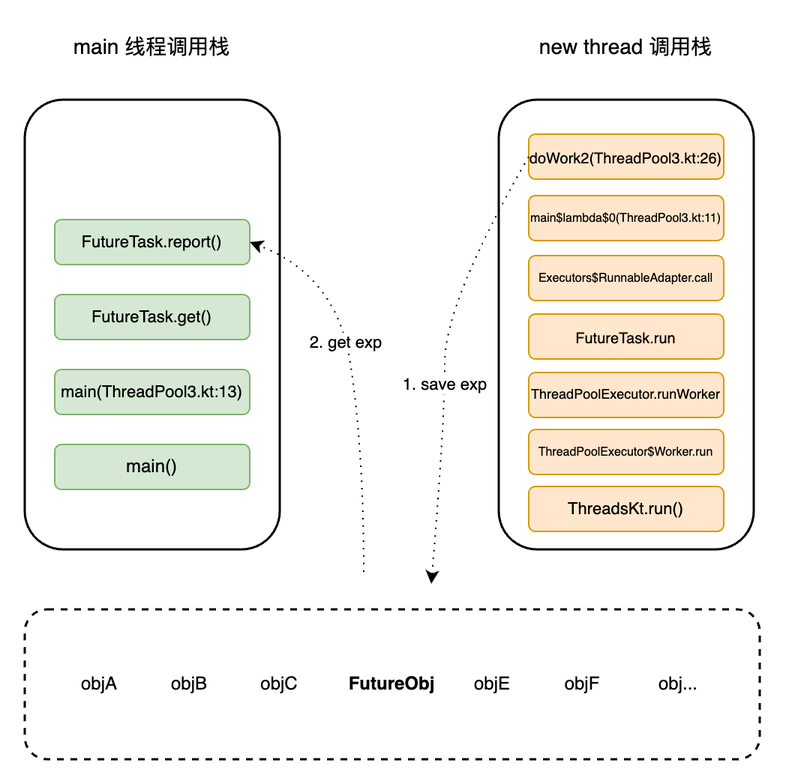
Before: ThreadStack&dump.drawio.png, a diagram exported from draw.io (chdhy/ImageHosting). Source tidied: cells renumbered, new cells last; positions are measured from the earlier drawing's top-left corner, leaving out a move shared by most shapes.
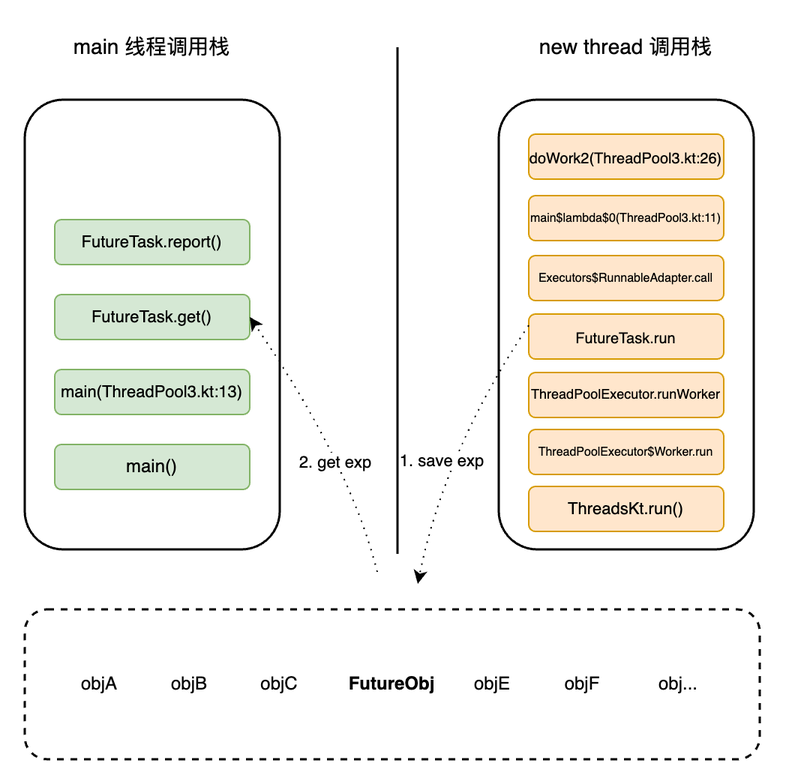
After the change.

Diff of the diagram source:
```diff
@@ -71,29 +71,33 @@
     <mxCell id="24" value="doWork2(ThreadPool3.kt:26)" style="rounded=1;whiteSpace=wrap;html=1;fillColor=#ffe6cc;strokeColor=#d79b00;fontSize=10;" parent="1" vertex="1">
       <mxGeometry x="336" y="73" width="130" height="30" as="geometry" />
     </mxCell>
-    <mxCell id="25" style="curved=1;endArrow=classic;html=1;rounded=0;exitX=0;exitY=0.5;exitDx=0;exitDy=0;dashed=1;dashPattern=1 4;" parent="1" edge="1" source="24">
+    <mxCell id="25" style="curved=1;endArrow=classic;html=1;rounded=0;exitX=0;exitY=0.25;exitDx=0;exitDy=0;dashed=1;dashPattern=1 4;" parent="1" edge="1" source="12">
       <mxGeometry relative="1" as="geometry">
-        <mxPoint x="271" y="373" as="targetPoint" />
+        <mxPoint x="262" y="373" as="targetPoint" />
         <Array as="points">
-          <mxPoint x="280" y="185" />
-          <mxPoint x="280" y="266" />
+          <mxPoint x="280" y="284" />
         </Array>
       </mxGeometry>
     </mxCell>
     <mxCell id="26" value="1. save exp" style="edgeLabel;html=1;align=center;verticalAlign=middle;" parent="25" vertex="1">
       <mxGeometry x="0.11" y="-1" relative="1" as="geometry" />
     </mxCell>
-    <mxCell id="27" style="curved=1;endArrow=classic;html=1;rounded=0;entryX=1;entryY=0.5;entryDx=0;entryDy=0;dashed=1;dashPattern=1 4;" parent="1" edge="1" target="21">
+    <mxCell id="27" style="curved=1;endArrow=classic;html=1;rounded=0;entryX=1;entryY=0.5;entryDx=0;entryDy=0;dashed=1;dashPattern=1 4;" parent="1" edge="1" target="6">
       <mxGeometry relative="1" as="geometry">
-        <mxPoint x="226" y="365" as="sourcePoint" />
+        <mxPoint x="235" y="365" as="sourcePoint" />
         <Array as="points">
-          <mxPoint x="226" y="284" />
-          <mxPoint x="208" y="167" />
+          <mxPoint x="217" y="293" />
         </Array>
       </mxGeometry>
     </mxCell>
     <mxCell id="28" value="2. get exp" style="edgeLabel;html=1;align=center;verticalAlign=middle;" parent="27" vertex="1">
-      <mxGeometry x="0.19" y="1" relative="1" as="geometry" />
+      <mxGeometry x="-0.15" y="8" relative="1" as="geometry" />
     </mxCell>
+    <mxCell id="29" style="endArrow=none;html=1;rounded=0;strokeWidth=1.5;" parent="1" edge="1">
+      <mxGeometry relative="1" as="geometry">
+        <mxPoint x="248.5" y="353" as="sourcePoint" />
+        <mxPoint x="248.5" y="15" as="targetPoint" />
+      </mxGeometry>
+    </mxCell>
   </root>
 </mxGraphModel>
```
